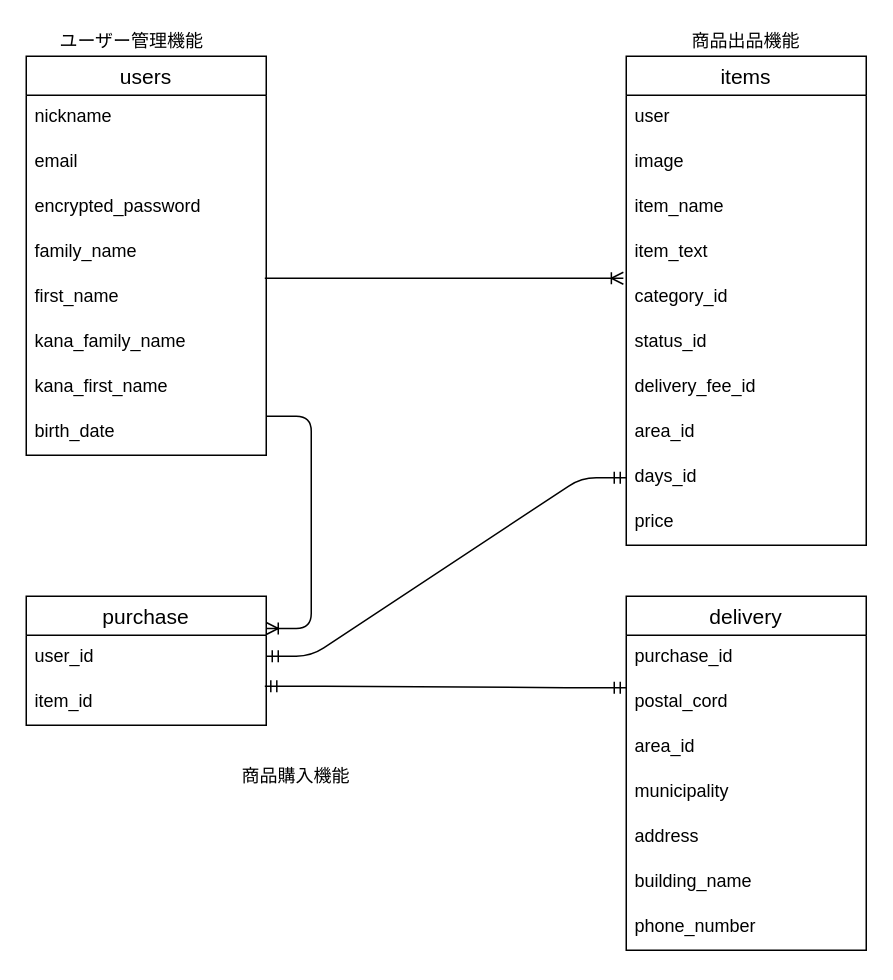
akn127/furima-34556 keeps this draw.io diagram as furima.dio. Above is the earlier version. Source tidied: cells renumbered, new cells numbered last; positions are measured from the earlier drawing's top-left corner, leaving out a move shared by most shapes. Both pictures are drawn from the tidied source at 150%, with x=0, y=0 at pixel (26, 26).
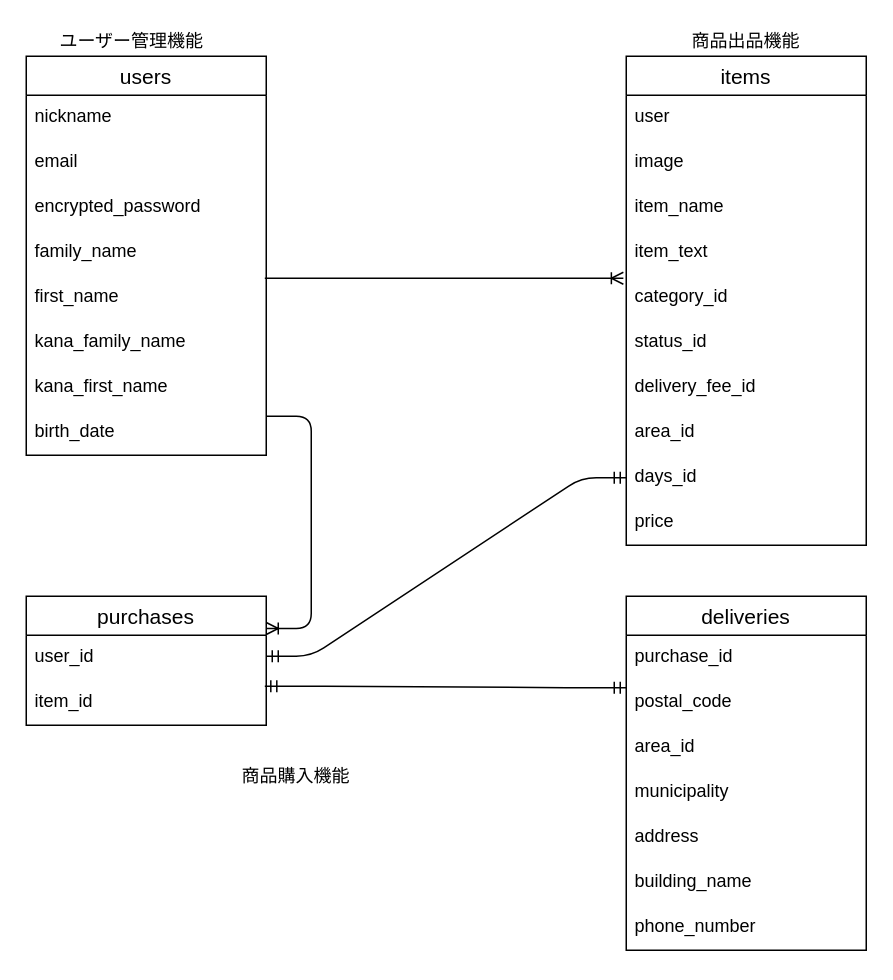
The same diagram, later.

Commit message (it also covers changes not shown here):
ER図、READMEの修正（３）

Diff of the diagram source:
```diff
@@
-    <mxCell id="23" value="delivery" style="swimlane;fontStyle=0;horizontal=1;startSize=26;align=center;fontSize=14;" parent="1" vertex="1">
+    <mxCell id="23" value="deliveries" style="swimlane;fontStyle=0;horizontal=1;startSize=26;align=center;fontSize=14;" parent="1" vertex="1">
       <mxGeometry x="400" y="380" width="160" height="236" as="geometry" />
     </mxCell>
@@
-    <mxCell id="25" value="postal_cord" style="text;strokeColor=none;fillColor=none;spacingLeft=4;spacingRight=4;overflow=hidden;fontSize=12;" parent="23" vertex="1">
+    <mxCell id="25" value="postal_code" style="text;strokeColor=none;fillColor=none;spacingLeft=4;spacingRight=4;overflow=hidden;fontSize=12;" parent="23" vertex="1">
       <mxGeometry y="56" width="160" height="30" as="geometry" />
     </mxCell>
@@
-    <mxCell id="34" value="purchase" style="swimlane;fontStyle=0;horizontal=1;startSize=26;align=center;fontSize=14;" parent="1" vertex="1">
+    <mxCell id="34" value="purchases" style="swimlane;fontStyle=0;horizontal=1;startSize=26;align=center;fontSize=14;" parent="1" vertex="1">
       <mxGeometry y="380" width="160" height="86" as="geometry" />
     </mxCell>
```
